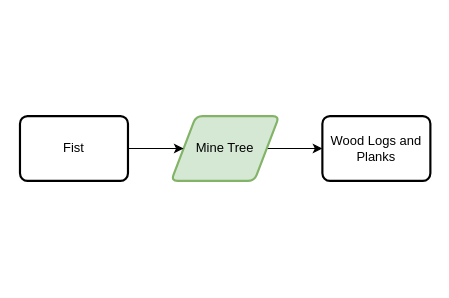
Earlier version of the draw.io diagram Untitled Diagram.drawio (MeepishRealms/Cog). Source tidied: cells renumbered, new cells numbered last; positions are measured from the earlier drawing's top-left corner, leaving out a move shared by most shapes. Both pictures are drawn from the tidied source at 108%, with x=0, y=0 at pixel (19, 116).
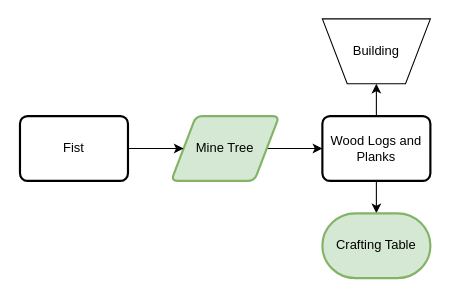
The same diagram, later.

Change to the diagram source:
```diff
@@
 <mxGraphModel>
   <root>
     <mxCell id="0" />
     <mxCell id="1" parent="0" />
     <mxCell id="2" style="edgeStyle=orthogonalEdgeStyle;rounded=0;jettySize=auto;html=1;" parent="1" edge="1" source="3" target="6">
       <mxGeometry relative="1" as="geometry" />
     </mxCell>
     <mxCell id="3" value="Mine Tree" style="shape=parallelogram;html=1;strokeWidth=2;perimeter=parallelogramPerimeter;whiteSpace=wrap;rounded=1;arcSize=12;size=0.23;fillColor=#d5e8d4;strokeColor=#82b366;" parent="1" vertex="1">
       <mxGeometry x="140" width="100" height="60" as="geometry" />
     </mxCell>
     <mxCell id="4" style="edgeStyle=orthogonalEdgeStyle;rounded=0;jettySize=auto;html=1;entryX=0;entryY=0.5;entryDx=0;entryDy=0;" parent="1" edge="1" source="5" target="3">
       <mxGeometry relative="1" as="geometry" />
     </mxCell>
     <mxCell id="5" value="Fist" style="rounded=1;whiteSpace=wrap;html=1;absoluteArcSize=1;arcSize=14;strokeWidth=2;" parent="1" vertex="1">
       <mxGeometry width="100" height="60" as="geometry" />
     </mxCell>
+    <mxCell id="7" style="edgeStyle=orthogonalEdgeStyle;rounded=0;jettySize=auto;html=1;" parent="1" edge="1" source="6" target="9">
+      <mxGeometry relative="1" as="geometry" />
+    </mxCell>
+    <mxCell id="8" style="edgeStyle=orthogonalEdgeStyle;rounded=0;jettySize=auto;html=1;entryX=0.5;entryY=0;entryDx=0;entryDy=0;entryPerimeter=0;" parent="1" edge="1" source="6" target="10">
+      <mxGeometry relative="1" as="geometry" />
+    </mxCell>
     <mxCell id="6" value="Wood Logs and Planks" style="rounded=1;whiteSpace=wrap;html=1;absoluteArcSize=1;arcSize=14;strokeWidth=2;" parent="1" vertex="1">
       <mxGeometry x="280" width="100" height="60" as="geometry" />
     </mxCell>
+    <mxCell id="9" value="Building" style="verticalLabelPosition=middle;verticalAlign=middle;html=1;shape=trapezoid;perimeter=trapezoidPerimeter;whiteSpace=wrap;size=0.23;arcSize=10;flipV=1;labelPosition=center;align=center;" parent="1" vertex="1">
+      <mxGeometry x="280" y="-90" width="100" height="60" as="geometry" />
+    </mxCell>
+    <mxCell id="10" value="Crafting Table" style="strokeWidth=2;html=1;shape=mxgraph.flowchart.terminator;whiteSpace=wrap;fillColor=#d5e8d4;strokeColor=#82b366;" parent="1" vertex="1">
+      <mxGeometry x="280" y="90" width="100" height="60" as="geometry" />
+    </mxCell>
   </root>
 </mxGraphModel>
```
